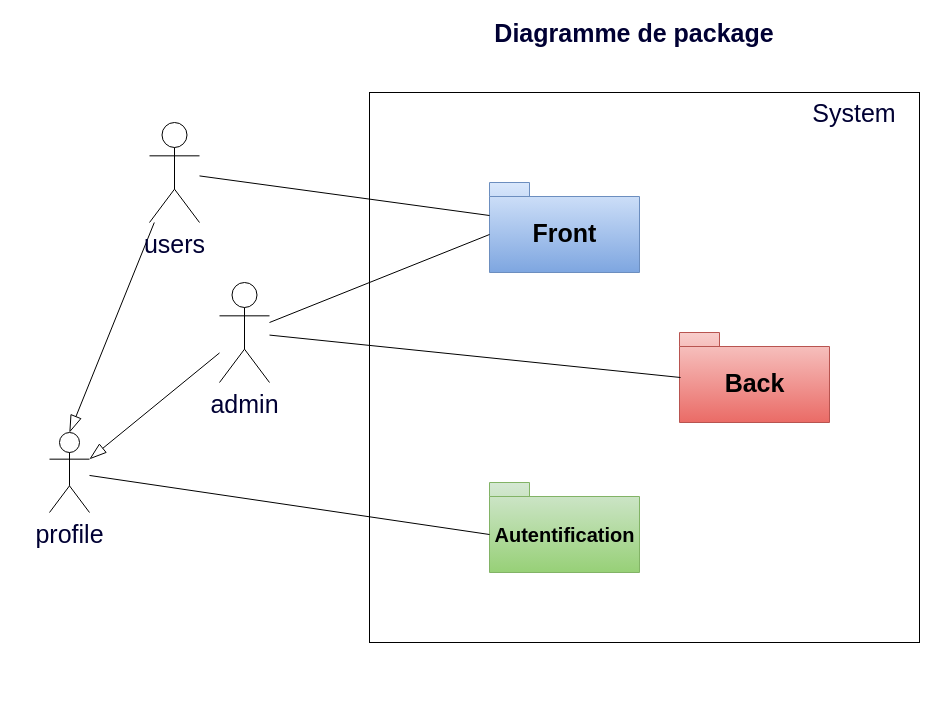
This is page "Diagramme de package" (2 of 7) of Docs/P5_alain_germain/Diagramme Blog.drawio from Alprod/AlBLog81, a draw.io file, before an edit. Source tidied: cells renumbered, new cells numbered last; positions are measured from the earlier drawing's top-left corner, leaving out a move shared by most shapes. Both pictures are drawn from the tidied source at 100%, with x=0, y=0 at pixel (49, 22).
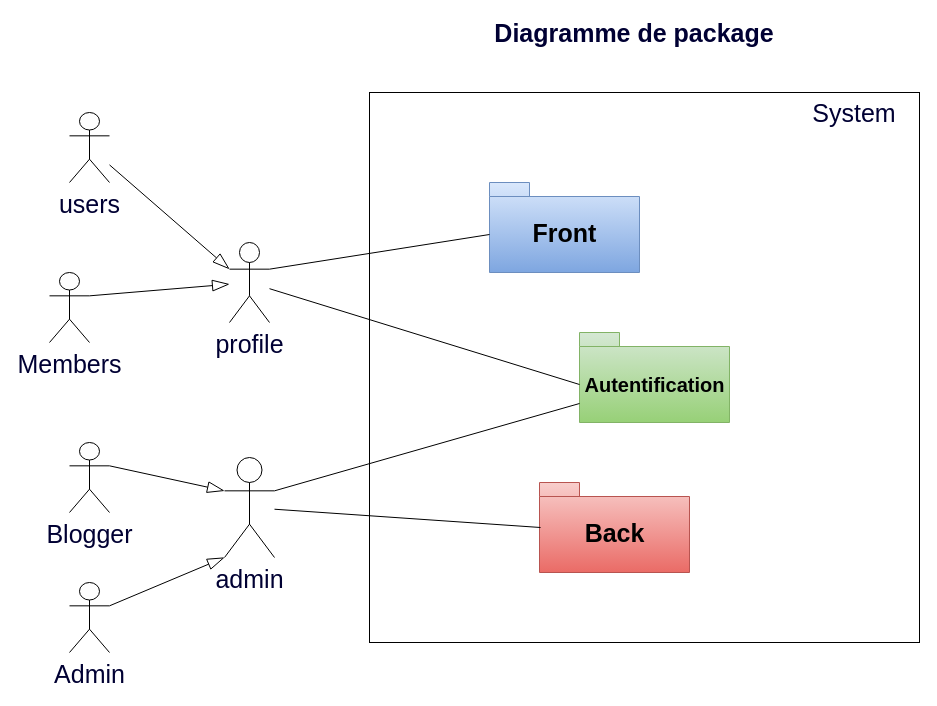
Above is the later version.

The change refers to these unchanged cells:
```xml
<mxCell id="4" value="Front" style="shape=folder;fontStyle=1;spacingTop=10;tabWidth=40;tabHeight=14;tabPosition=left;html=1;fillColor=#dae8fc;fontSize=25;gradientColor=#7ea6e0;strokeColor=#6c8ebf;" parent="1" vertex="1">
  <mxGeometry x="440" y="160" width="150" height="90" as="geometry" />
</mxCell>
```

What changed in the source:
```diff
@@
     <mxCell id="5" value="&lt;font style=&quot;font-size: 20px&quot;&gt;Autentification&lt;/font&gt;" style="shape=folder;fontStyle=1;spacingTop=10;tabWidth=40;tabHeight=14;tabPosition=left;html=1;fillColor=#d5e8d4;fontSize=25;gradientColor=#97d077;strokeColor=#82b366;" parent="1" vertex="1">
-      <mxGeometry x="440" y="460" width="150" height="90" as="geometry" />
+      <mxGeometry x="530" y="310" width="150" height="90" as="geometry" />
     </mxCell>
     <mxCell id="6" value="Back" style="shape=folder;fontStyle=1;spacingTop=10;tabWidth=40;tabHeight=14;tabPosition=left;html=1;fillColor=#f8cecc;fontSize=25;gradientColor=#ea6b66;strokeColor=#b85450;" parent="1" vertex="1">
-      <mxGeometry x="630" y="310" width="150" height="90" as="geometry" />
+      <mxGeometry x="490" y="460" width="150" height="90" as="geometry" />
     </mxCell>
-    <mxCell id="7" style="edgeStyle=none;rounded=0;jettySize=auto;html=1;entryX=0;entryY=0;entryDx=0;entryDy=33;entryPerimeter=0;endArrow=none;endFill=0;fontSize=25;fontColor=#000033;" parent="1" edge="1" source="9" target="4">
-      <mxGeometry relative="1" as="geometry" />
-    </mxCell>
-    <mxCell id="8" style="edgeStyle=none;rounded=0;jettySize=auto;html=1;entryX=0.5;entryY=0;entryDx=0;entryDy=0;entryPerimeter=0;endArrow=blockThin;endFill=0;fontSize=25;fontColor=#000033;endSize=15;" parent="1" edge="1" source="9" target="15">
+    <mxCell id="8" style="edgeStyle=none;rounded=0;jettySize=auto;html=1;entryX=0;entryY=0.3333333333333333;entryDx=0;entryDy=0;entryPerimeter=0;endArrow=blockThin;endFill=0;fontSize=25;fontColor=#000033;endSize=15;" parent="1" edge="1" source="9" target="15">
       <mxGeometry relative="1" as="geometry" />
     </mxCell>
     <mxCell id="9" value="users" style="shape=umlActor;verticalLabelPosition=bottom;verticalAlign=top;html=1;fillColor=none;fontSize=25;fontColor=#000033;" parent="1" vertex="1">
-      <mxGeometry x="100" y="100" width="50" height="100" as="geometry" />
+      <mxGeometry x="20" y="90" width="40" height="70" as="geometry" />
     </mxCell>
@@
-    <mxCell id="11" style="edgeStyle=none;rounded=0;jettySize=auto;html=1;entryX=0;entryY=0;entryDx=0;entryDy=52;entryPerimeter=0;endArrow=none;endFill=0;fontSize=25;fontColor=#000033;" parent="1" edge="1" source="13" target="4">
+    <mxCell id="11" style="edgeStyle=none;rounded=0;jettySize=auto;html=1;entryX=0;entryY=0;entryDx=0;entryDy=52;entryPerimeter=0;endArrow=none;endFill=0;fontSize=25;fontColor=#000033;exitX=1;exitY=0.3333333333333333;exitDx=0;exitDy=0;exitPerimeter=0;" parent="1" edge="1" source="15" target="4">
       <mxGeometry relative="1" as="geometry" />
     </mxCell>
-    <mxCell id="12" style="edgeStyle=none;rounded=0;jettySize=auto;html=1;entryX=1;entryY=0.3333333333333333;entryDx=0;entryDy=0;entryPerimeter=0;endArrow=blockThin;endFill=0;fontSize=25;fontColor=#000033;endSize=15;" parent="1" edge="1" source="13" target="15">
+    <mxCell id="12" style="edgeStyle=none;rounded=0;jettySize=auto;html=1;endArrow=blockThin;endFill=0;fontSize=25;fontColor=#000033;endSize=15;exitX=1;exitY=0.3333333333333333;exitDx=0;exitDy=0;exitPerimeter=0;" parent="1" edge="1" source="17" target="15">
       <mxGeometry relative="1" as="geometry" />
     </mxCell>
     <mxCell id="13" value="admin" style="shape=umlActor;verticalLabelPosition=bottom;verticalAlign=top;html=1;fillColor=none;fontSize=25;fontColor=#000033;" parent="1" vertex="1">
-      <mxGeometry x="170" y="260" width="50" height="100" as="geometry" />
+      <mxGeometry x="175" y="435" width="50" height="100" as="geometry" />
     </mxCell>
@@
     <mxCell id="15" value="profile" style="shape=umlActor;verticalLabelPosition=bottom;verticalAlign=top;html=1;fillColor=none;fontSize=25;fontColor=#000033;" parent="1" vertex="1">
-      <mxGeometry y="410" width="40" height="80" as="geometry" />
+      <mxGeometry x="180" y="220" width="40" height="80" as="geometry" />
     </mxCell>
@@
+    <mxCell id="17" value="Members" style="shape=umlActor;verticalLabelPosition=bottom;verticalAlign=top;html=1;fillColor=none;fontSize=25;fontColor=#000033;" parent="1" vertex="1">
+      <mxGeometry y="250" width="40" height="70" as="geometry" />
+    </mxCell>
+    <mxCell id="18" style="edgeStyle=none;rounded=0;jettySize=auto;html=1;entryX=0;entryY=0;entryDx=0;entryDy=71;entryPerimeter=0;endArrow=none;endFill=0;fontSize=25;fontColor=#000033;exitX=1;exitY=0.3333333333333333;exitDx=0;exitDy=0;exitPerimeter=0;" parent="1" edge="1" source="13" target="5">
+      <mxGeometry relative="1" as="geometry" />
+    </mxCell>
+    <mxCell id="19" value="Blogger" style="shape=umlActor;verticalLabelPosition=bottom;verticalAlign=top;html=1;fillColor=none;fontSize=25;fontColor=#000033;" parent="1" vertex="1">
+      <mxGeometry x="20" y="420" width="40" height="70" as="geometry" />
+    </mxCell>
+    <mxCell id="20" value="Admin" style="shape=umlActor;verticalLabelPosition=bottom;verticalAlign=top;html=1;fillColor=none;fontSize=25;fontColor=#000033;" parent="1" vertex="1">
+      <mxGeometry x="20" y="560" width="40" height="70" as="geometry" />
+    </mxCell>
+    <mxCell id="21" style="edgeStyle=none;rounded=0;jettySize=auto;html=1;endArrow=blockThin;endFill=0;fontSize=25;fontColor=#000033;endSize=15;exitX=1;exitY=0.3333333333333333;exitDx=0;exitDy=0;exitPerimeter=0;entryX=0;entryY=0.3333333333333333;entryDx=0;entryDy=0;entryPerimeter=0;" parent="1" edge="1" source="19" target="13">
+      <mxGeometry relative="1" as="geometry" />
+    </mxCell>
+    <mxCell id="22" style="edgeStyle=none;rounded=0;jettySize=auto;html=1;endArrow=blockThin;endFill=0;fontSize=25;fontColor=#000033;endSize=15;exitX=1;exitY=0.3333333333333333;exitDx=0;exitDy=0;exitPerimeter=0;entryX=0;entryY=1;entryDx=0;entryDy=0;entryPerimeter=0;" parent="1" edge="1" source="20" target="13">
+      <mxGeometry relative="1" as="geometry" />
+    </mxCell>
```
